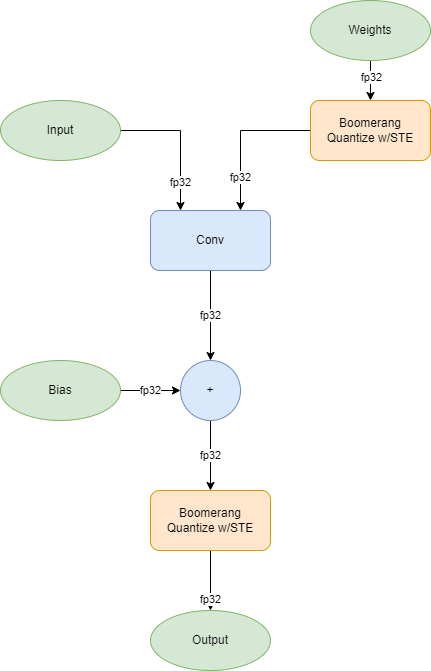
Above: images/quantized_training.png in matlab-deep-learning/quantization-aware-training (draw.io), before the change. Source tidied: cells renumbered, new cells last; positions are measured from the earlier drawing's top-left corner, leaving out a move shared by most shapes. Source of this version:
```xml
<mxGraphModel>
  <root>
    <mxCell id="0" />
    <mxCell id="1" parent="0" />
    <mxCell id="2" value="fp32" style="edgeStyle=orthogonalEdgeStyle;rounded=0;jettySize=auto;html=1;" parent="1" edge="1" source="4" target="7">
      <mxGeometry relative="1" as="geometry" />
    </mxCell>
    <mxCell id="3" value="fp32" style="edgeStyle=orthogonalEdgeStyle;rounded=0;jettySize=auto;html=1;startArrow=classic;startFill=1;endArrow=none;endFill=0;exitX=0.75;exitY=0;exitDx=0;exitDy=0;entryX=0;entryY=0.5;entryDx=0;entryDy=0;" parent="1" edge="1" source="4" target="14">
      <mxGeometry x="-0.56" relative="1" as="geometry" />
    </mxCell>
    <mxCell id="4" value="Conv" style="rounded=1;whiteSpace=wrap;html=1;fillColor=#dae8fc;strokeColor=#6c8ebf;flipV=1;" parent="1" vertex="1">
      <mxGeometry x="150" y="210" width="120" height="60" as="geometry" />
    </mxCell>
    <mxCell id="5" value="fp32" style="edgeStyle=orthogonalEdgeStyle;rounded=0;jettySize=auto;html=1;endArrow=none;endFill=0;startArrow=classic;startFill=1;" parent="1" edge="1" source="7" target="8">
      <mxGeometry relative="1" as="geometry" />
    </mxCell>
    <mxCell id="6" value="fp32" style="edgeStyle=orthogonalEdgeStyle;rounded=0;jettySize=auto;html=1;startArrow=none;startFill=0;endArrow=classic;endFill=1;" parent="1" edge="1" source="7" target="17">
      <mxGeometry relative="1" as="geometry" />
    </mxCell>
    <mxCell id="7" value="+" style="ellipse;whiteSpace=wrap;html=1;rounded=1;fillColor=#dae8fc;strokeColor=#6c8ebf;flipV=1;" parent="1" vertex="1">
      <mxGeometry x="180" y="360" width="60" height="60" as="geometry" />
    </mxCell>
    <mxCell id="8" value="Bias" style="ellipse;whiteSpace=wrap;html=1;rounded=1;fillColor=#d5e8d4;strokeColor=#82b366;" parent="1" vertex="1">
      <mxGeometry y="360" width="120" height="60" as="geometry" />
    </mxCell>
    <mxCell id="9" value="fp32" style="edgeStyle=orthogonalEdgeStyle;rounded=0;jettySize=auto;html=1;startArrow=none;startFill=0;endArrow=classic;endFill=1;entryX=0.25;entryY=0;entryDx=0;entryDy=0;exitX=1;exitY=0.5;exitDx=0;exitDy=0;" parent="1" edge="1" source="10" target="4">
      <mxGeometry x="0.6" relative="1" as="geometry" />
    </mxCell>
    <mxCell id="10" value="Input" style="ellipse;whiteSpace=wrap;html=1;rounded=1;fillColor=#d5e8d4;strokeColor=#82b366;" parent="1" vertex="1">
      <mxGeometry y="100" width="120" height="60" as="geometry" />
    </mxCell>
    <mxCell id="11" style="edgeStyle=orthogonalEdgeStyle;rounded=0;jettySize=auto;html=1;entryX=0.5;entryY=0;entryDx=0;entryDy=0;startArrow=none;startFill=0;endArrow=classic;endFill=1;" parent="1" edge="1" source="13" target="14">
      <mxGeometry relative="1" as="geometry" />
    </mxCell>
    <mxCell id="12" value="fp32" style="edgeLabel;html=1;align=center;verticalAlign=middle;" parent="11" vertex="1">
      <mxGeometry x="-0.21" relative="1" as="geometry" />
    </mxCell>
    <mxCell id="13" value="Weights" style="ellipse;whiteSpace=wrap;html=1;rounded=1;fillColor=#d5e8d4;strokeColor=#82b366;" parent="1" vertex="1">
      <mxGeometry x="310" width="120" height="60" as="geometry" />
    </mxCell>
    <mxCell id="14" value="Boomerang&lt;br&gt;Quantize w/STE" style="rounded=1;whiteSpace=wrap;html=1;fillColor=#ffe6cc;strokeColor=#d79b00;" parent="1" vertex="1">
      <mxGeometry x="310" y="100" width="120" height="60" as="geometry" />
    </mxCell>
    <mxCell id="15" value="fp32" style="edgeStyle=orthogonalEdgeStyle;rounded=0;jettySize=auto;html=1;startArrow=none;startFill=0;endArrow=classic;endFill=1;exitX=0.5;exitY=1;exitDx=0;exitDy=0;" parent="1" edge="1" source="17" target="16">
      <mxGeometry x="0.62" relative="1" as="geometry" />
    </mxCell>
    <mxCell id="16" value="Output" style="ellipse;whiteSpace=wrap;html=1;rounded=1;fillColor=#d5e8d4;strokeColor=#82b366;" parent="1" vertex="1">
      <mxGeometry x="150" y="610" width="120" height="60" as="geometry" />
    </mxCell>
    <mxCell id="17" value="Boomerang&lt;br&gt;Quantize w/STE" style="rounded=1;whiteSpace=wrap;html=1;fillColor=#ffe6cc;strokeColor=#d79b00;" parent="1" vertex="1">
      <mxGeometry x="150" y="490" width="120" height="60" as="geometry" />
    </mxCell>
  </root>
</mxGraphModel>
```
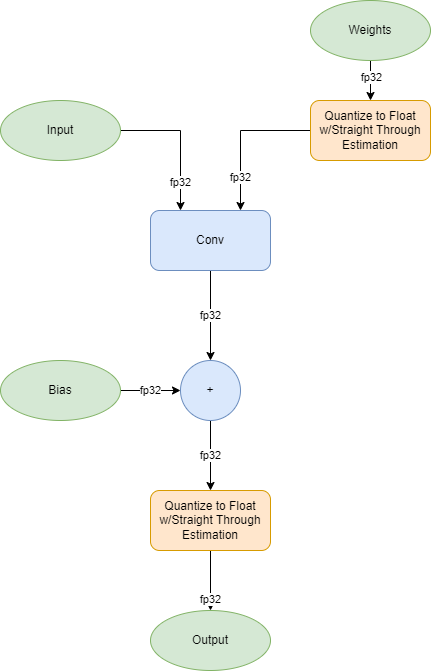
After the commit.

Diff of the diagram source:
```diff
@@ -38,7 +38,7 @@
     <mxCell id="13" value="Weights" style="ellipse;whiteSpace=wrap;html=1;rounded=1;fillColor=#d5e8d4;strokeColor=#82b366;" parent="1" vertex="1">
       <mxGeometry x="310" width="120" height="60" as="geometry" />
     </mxCell>
-    <mxCell id="14" value="Boomerang&lt;br&gt;Quantize w/STE" style="rounded=1;whiteSpace=wrap;html=1;fillColor=#ffe6cc;strokeColor=#d79b00;" parent="1" vertex="1">
+    <mxCell id="14" value="Quantize to Float w/Straight Through Estimation" style="rounded=1;whiteSpace=wrap;html=1;fillColor=#ffe6cc;strokeColor=#d79b00;" parent="1" vertex="1">
       <mxGeometry x="310" y="100" width="120" height="60" as="geometry" />
     </mxCell>
     <mxCell id="15" value="fp32" style="edgeStyle=orthogonalEdgeStyle;rounded=0;jettySize=auto;html=1;startArrow=none;startFill=0;endArrow=classic;endFill=1;exitX=0.5;exitY=1;exitDx=0;exitDy=0;" parent="1" edge="1" source="17" target="16">
@@ -47,7 +47,7 @@
     <mxCell id="16" value="Output" style="ellipse;whiteSpace=wrap;html=1;rounded=1;fillColor=#d5e8d4;strokeColor=#82b366;" parent="1" vertex="1">
       <mxGeometry x="150" y="610" width="120" height="60" as="geometry" />
     </mxCell>
-    <mxCell id="17" value="Boomerang&lt;br&gt;Quantize w/STE" style="rounded=1;whiteSpace=wrap;html=1;fillColor=#ffe6cc;strokeColor=#d79b00;" parent="1" vertex="1">
+    <mxCell id="17" value="Quantize to Float w/Straight Through Estimation" style="rounded=1;whiteSpace=wrap;html=1;fillColor=#ffe6cc;strokeColor=#d79b00;" parent="1" vertex="1">
       <mxGeometry x="150" y="490" width="120" height="60" as="geometry" />
     </mxCell>
   </root>
```
